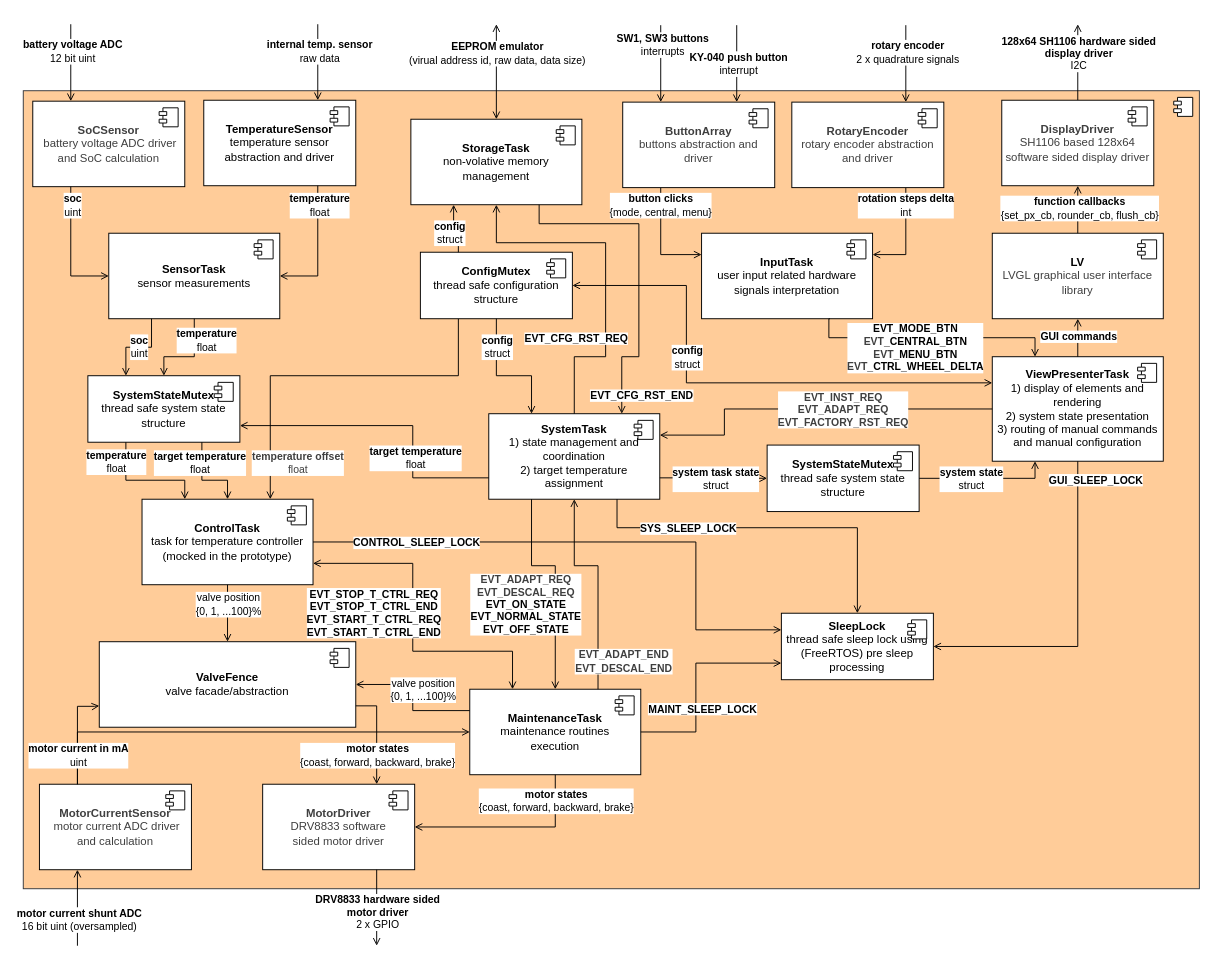
Earlier version of the draw.io diagram software/diagrams/mt-rt-sw-architecture.drawio (MiraTherm/miratherm-radiator-thermostat-documentation). Source tidied: cells renumbered, new cells numbered last; positions are measured from the earlier drawing's top-left corner, leaving out a move shared by most shapes. Both pictures are drawn from the tidied source at 95%, with x=0, y=0 at pixel (23, 24).
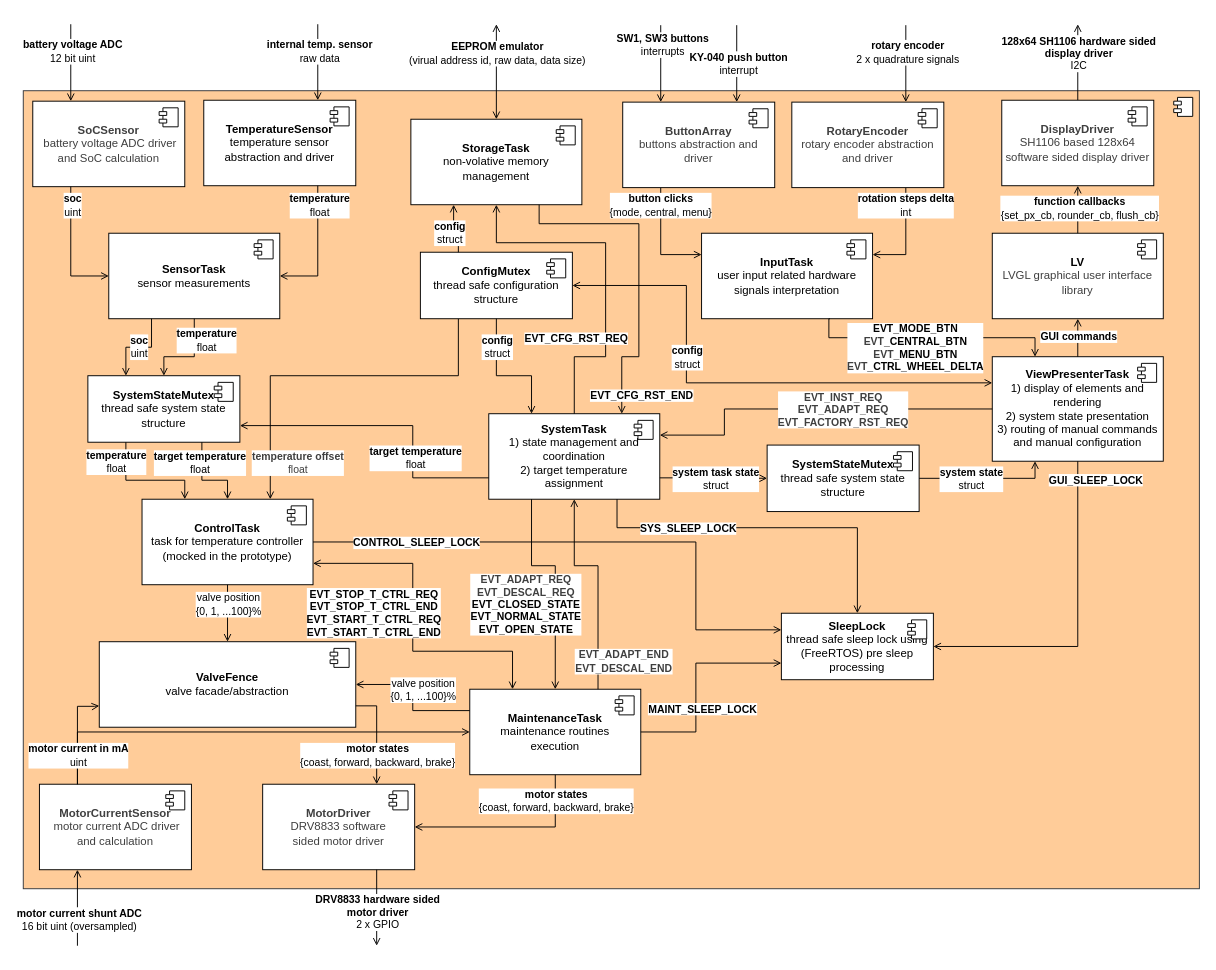
Above is the later version.

Commit message (it also covers changes not shown here):
:memo: Correct valve state names

The change refers to these unchanged cells:
```xml
<mxCell id="91" style="endArrow=open;html=1;rounded=0;entryX=0.5;entryY=0;entryDx=0;entryDy=0;endFill=0;edgeStyle=orthogonalEdgeStyle;exitX=0.25;exitY=1;exitDx=0;exitDy=0;startArrow=none;startFill=0;" parent="1" edge="1" source="4" target="10">
  <mxGeometry relative="1" as="geometry">
    <Array as="points">
      <mxPoint x="535" y="570" />
      <mxPoint x="560" y="570" />
    </Array>
  </mxGeometry>
</mxCell>
```

The edit, as a diff of the source:
```diff
@@
-    <mxCell id="92" value="&lt;b style=&quot;color: rgb(63, 63, 63); scrollbar-color: rgb(226, 226, 226) rgb(251, 251, 251);&quot;&gt;EVT_ADAPT_REQ&lt;br&gt;&lt;/b&gt;&lt;b style=&quot;color: rgb(63, 63, 63); scrollbar-color: rgb(226, 226, 226) rgb(251, 251, 251);&quot;&gt;EVT_DESCAL_REQ&lt;/b&gt;&lt;b&gt;&lt;br&gt;EVT_ON_STATE&lt;br&gt;EVT_NORMAL_STATE&lt;br&gt;EVT_OFF_STATE&lt;/b&gt;" style="edgeLabel;html=1;align=center;verticalAlign=middle;" parent="91" vertex="1">
+    <mxCell id="92" value="&lt;b style=&quot;color: rgb(63, 63, 63); scrollbar-color: rgb(226, 226, 226) rgb(251, 251, 251);&quot;&gt;EVT_ADAPT_REQ&lt;br&gt;&lt;/b&gt;&lt;b style=&quot;color: rgb(63, 63, 63); scrollbar-color: rgb(226, 226, 226) rgb(251, 251, 251);&quot;&gt;EVT_DESCAL_REQ&lt;/b&gt;&lt;b&gt;&lt;br&gt;EVT_CLOSED_STATE&lt;br&gt;EVT_NORMAL_STATE&lt;br&gt;EVT_OPEN_STATE&lt;/b&gt;" style="edgeLabel;html=1;align=center;verticalAlign=middle;" parent="91" vertex="1">
       <mxGeometry x="-0.3" relative="1" as="geometry">
         <mxPoint x="-16" y="40" as="offset" />
       </mxGeometry>
     </mxCell>
```
